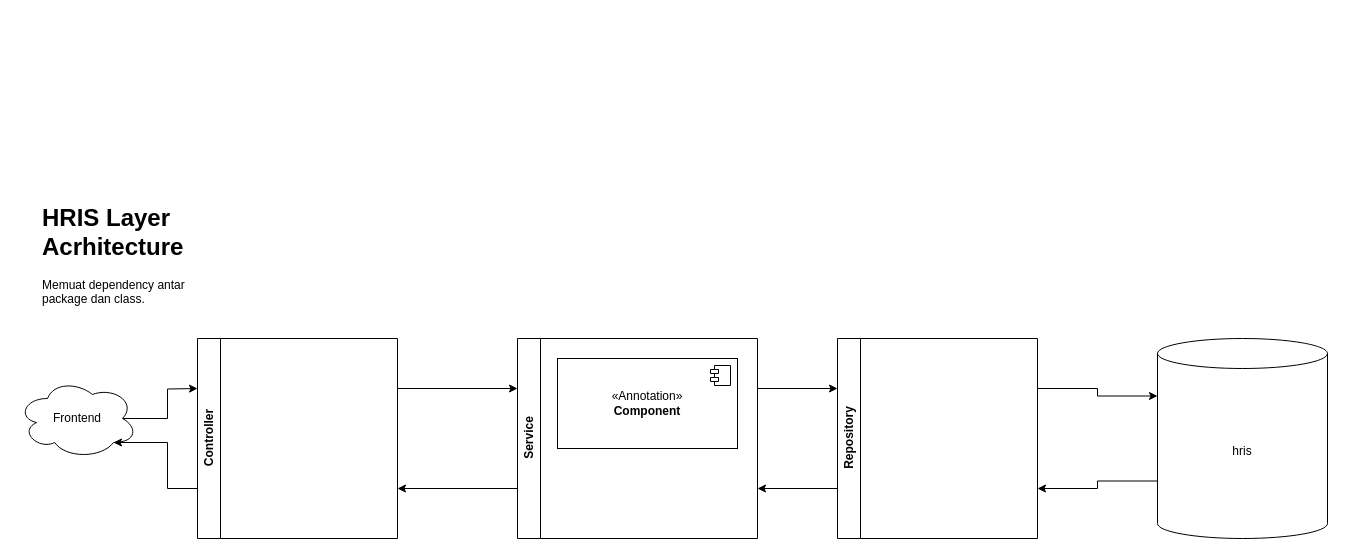
Above: page "Layer Architecture" (1 of 5) of LayerAcrhitectureHRIS.drawio in jarisiber/layer-architecture (draw.io), before the change. Source tidied: cells renumbered, new cells numbered last; positions are measured from the earlier drawing's top-left corner, leaving out a move shared by most shapes. Both pictures are drawn from the tidied source at 100%, with x=0, y=0 at pixel (17, 198).
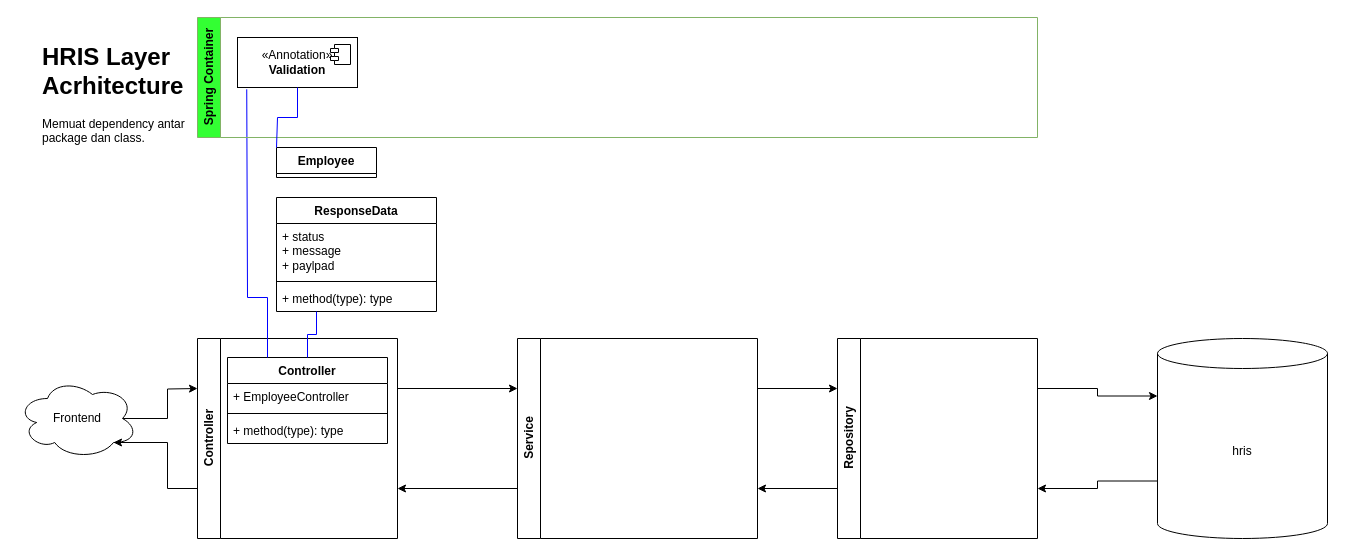
Above is the later version.

Unchanged cells that the change refers to:
```xml
<mxCell id="3" value="Controller" style="swimlane;horizontal=0;whiteSpace=wrap;html=1;" parent="1" vertex="1">
  <mxGeometry x="180" y="140" width="200" height="200" as="geometry" />
</mxCell>
<mxCell id="6" value="Service" style="swimlane;horizontal=0;whiteSpace=wrap;html=1;" parent="1" vertex="1">
  <mxGeometry x="500" y="140" width="240" height="200" as="geometry" />
</mxCell>
```

Diff of the diagram source:
```diff
@@
+    <mxCell id="18" value="Controller" style="swimlane;fontStyle=1;align=center;verticalAlign=top;horizontal=1;startSize=26;whiteSpace=wrap;html=1;" parent="3" vertex="1">
+      <mxGeometry x="30" y="19" width="160" height="86" as="geometry" />
+    </mxCell>
+    <mxCell id="19" value="+ EmployeeController" style="text;strokeColor=none;fillColor=none;align=left;verticalAlign=top;spacingLeft=4;spacingRight=4;overflow=hidden;whiteSpace=wrap;html=1;" parent="18" vertex="1">
+      <mxGeometry y="26" width="160" height="26" as="geometry" />
+    </mxCell>
+    <mxCell id="20" style="line;strokeWidth=1;fillColor=none;align=left;verticalAlign=middle;spacingTop=-1;spacingLeft=3;spacingRight=3;labelPosition=right;strokeColor=inherit;" parent="18" vertex="1">
+      <mxGeometry y="52" width="160" height="8" as="geometry" />
+    </mxCell>
+    <mxCell id="21" value="+ method(type): type" style="text;strokeColor=none;fillColor=none;align=left;verticalAlign=top;spacingLeft=4;spacingRight=4;overflow=hidden;whiteSpace=wrap;html=1;" parent="18" vertex="1">
+      <mxGeometry y="60" width="160" height="26" as="geometry" />
+    </mxCell>
@@
-    <mxCell id="7" value="&amp;laquo;Annotation&amp;raquo;&lt;br/&gt;&lt;b&gt;Component&lt;/b&gt;" style="html=1;whiteSpace=wrap;" parent="6" vertex="1">
-      <mxGeometry x="40" y="20" width="180" height="90" as="geometry" />
-    </mxCell>
-    <mxCell id="8" style="shape=module;jettyWidth=8;jettyHeight=4;" parent="7" vertex="1">
-      <mxGeometry x="1" width="20" height="20" relative="1" as="geometry">
-        <mxPoint x="-27" y="7" as="offset" />
-      </mxGeometry>
-    </mxCell>
@@
     <mxCell id="11" value="&lt;h1&gt;HRIS Layer Acrhitecture&lt;/h1&gt;&lt;p&gt;Memuat dependency antar package dan class.&lt;/p&gt;" style="text;html=1;strokeColor=none;fillColor=none;spacing=5;spacingTop=-20;whiteSpace=wrap;overflow=hidden;rounded=0;" parent="1" vertex="1">
-      <mxGeometry x="20" width="190" height="120" as="geometry" />
+      <mxGeometry x="20" y="-161" width="190" height="120" as="geometry" />
     </mxCell>
@@
+    <mxCell id="22" style="endArrow=none;html=1;rounded=0;entryX=0.077;entryY=1.036;entryDx=0;entryDy=0;exitX=0.25;exitY=0;exitDx=0;exitDy=0;entryPerimeter=0;strokeColor=#0000FF;" parent="1" edge="1" source="18" target="7">
+      <mxGeometry relative="1" as="geometry">
+        <Array as="points">
+          <mxPoint x="250" y="99" />
+          <mxPoint x="230" y="99" />
+        </Array>
+      </mxGeometry>
+    </mxCell>
+    <mxCell id="23" value="Spring Container" style="swimlane;horizontal=0;whiteSpace=wrap;html=1;fillColor=#33FF33;strokeColor=#82b366;fillStyle=solid;labelBackgroundColor=none;gradientColor=none;" parent="1" vertex="1">
+      <mxGeometry x="180" y="-181" width="840" height="120" as="geometry" />
+    </mxCell>
+    <mxCell id="7" value="«Annotation»&lt;br&gt;&lt;b&gt;Validation&lt;/b&gt;" style="html=1;whiteSpace=wrap;" parent="23" vertex="1">
+      <mxGeometry x="40" y="20" width="120" height="50" as="geometry" />
+    </mxCell>
+    <mxCell id="8" style="shape=module;jettyWidth=8;jettyHeight=4;" parent="7" vertex="1">
+      <mxGeometry x="1" width="20" height="20" relative="1" as="geometry">
+        <mxPoint x="-27" y="7" as="offset" />
+      </mxGeometry>
+    </mxCell>
+    <mxCell id="24" value="Employee" style="swimlane;fontStyle=1;align=center;verticalAlign=top;horizontal=1;startSize=26;whiteSpace=wrap;html=1;" parent="1" vertex="1" collapsed="1">
+      <mxGeometry x="259" y="-51" width="100" height="30" as="geometry" />
+    </mxCell>
+    <mxCell id="25" style="endArrow=none;html=1;rounded=0;entryX=0;entryY=0;entryDx=0;entryDy=0;exitX=0.5;exitY=1;exitDx=0;exitDy=0;strokeColor=#0000FF;" parent="1" edge="1" source="7" target="24">
+      <mxGeometry relative="1" as="geometry">
+        <Array as="points">
+          <mxPoint x="280" y="-81" />
+          <mxPoint x="260" y="-81" />
+        </Array>
+      </mxGeometry>
+    </mxCell>
+    <mxCell id="26" value="ResponseData" style="swimlane;fontStyle=1;align=center;verticalAlign=top;horizontal=1;startSize=26;whiteSpace=wrap;html=1;" parent="1" vertex="1">
+      <mxGeometry x="259" y="-1" width="160" height="114" as="geometry" />
+    </mxCell>
+    <mxCell id="27" value="+ status&lt;br&gt;+ message&lt;br&gt;+ paylpad" style="text;strokeColor=none;fillColor=none;align=left;verticalAlign=top;spacingLeft=4;spacingRight=4;overflow=hidden;whiteSpace=wrap;html=1;" parent="26" vertex="1">
+      <mxGeometry y="26" width="160" height="54" as="geometry" />
+    </mxCell>
+    <mxCell id="28" style="line;strokeWidth=1;fillColor=none;align=left;verticalAlign=middle;spacingTop=-1;spacingLeft=3;spacingRight=3;labelPosition=right;strokeColor=inherit;" parent="26" vertex="1">
+      <mxGeometry y="80" width="160" height="8" as="geometry" />
+    </mxCell>
+    <mxCell id="29" value="+ method(type): type" style="text;strokeColor=none;fillColor=none;align=left;verticalAlign=top;spacingLeft=4;spacingRight=4;overflow=hidden;whiteSpace=wrap;html=1;" parent="26" vertex="1">
+      <mxGeometry y="88" width="160" height="26" as="geometry" />
+    </mxCell>
+    <mxCell id="30" style="edgeStyle=orthogonalEdgeStyle;rounded=0;jettySize=auto;html=1;exitX=0.5;exitY=0;exitDx=0;exitDy=0;entryX=0.25;entryY=1;entryDx=0;entryDy=0;strokeColor=#0000FF;endArrow=none;endFill=0;" parent="1" edge="1" source="18" target="26">
+      <mxGeometry relative="1" as="geometry" />
+    </mxCell>
```
